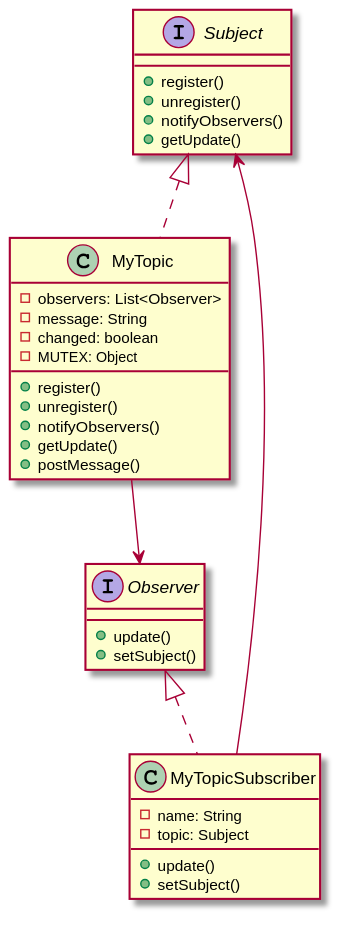
This is Java-documentator/Documentation/images/Class_diagram.svg from afmoyar/Java-Documentator, a PlantUML export, as it was before one commit.
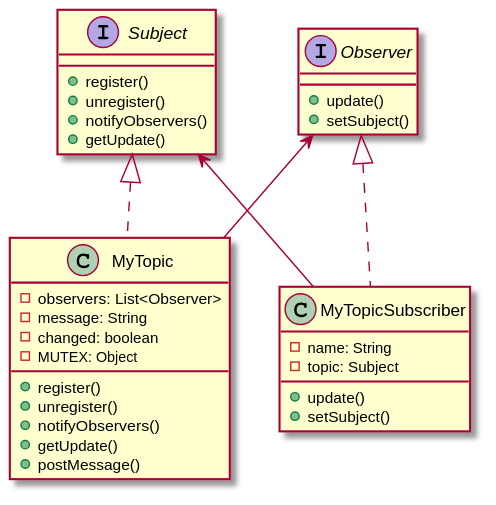
The same diagram one commit later.

Commit message:
uml looks better

The edit, as a diff of the source:
```diff
@@ -26,8 +26,8 @@
 	+update()
 	+setSubject()
 }
-MyTopicSubscriber --> Subject
+MyTopicSubscriber -up-> Subject
 MyTopicSubscriber .up.|> Observer
-MyTopic --> Observer
+MyTopic -up-> Observer
 MyTopic .up.|> Subject
 @enduml
```
